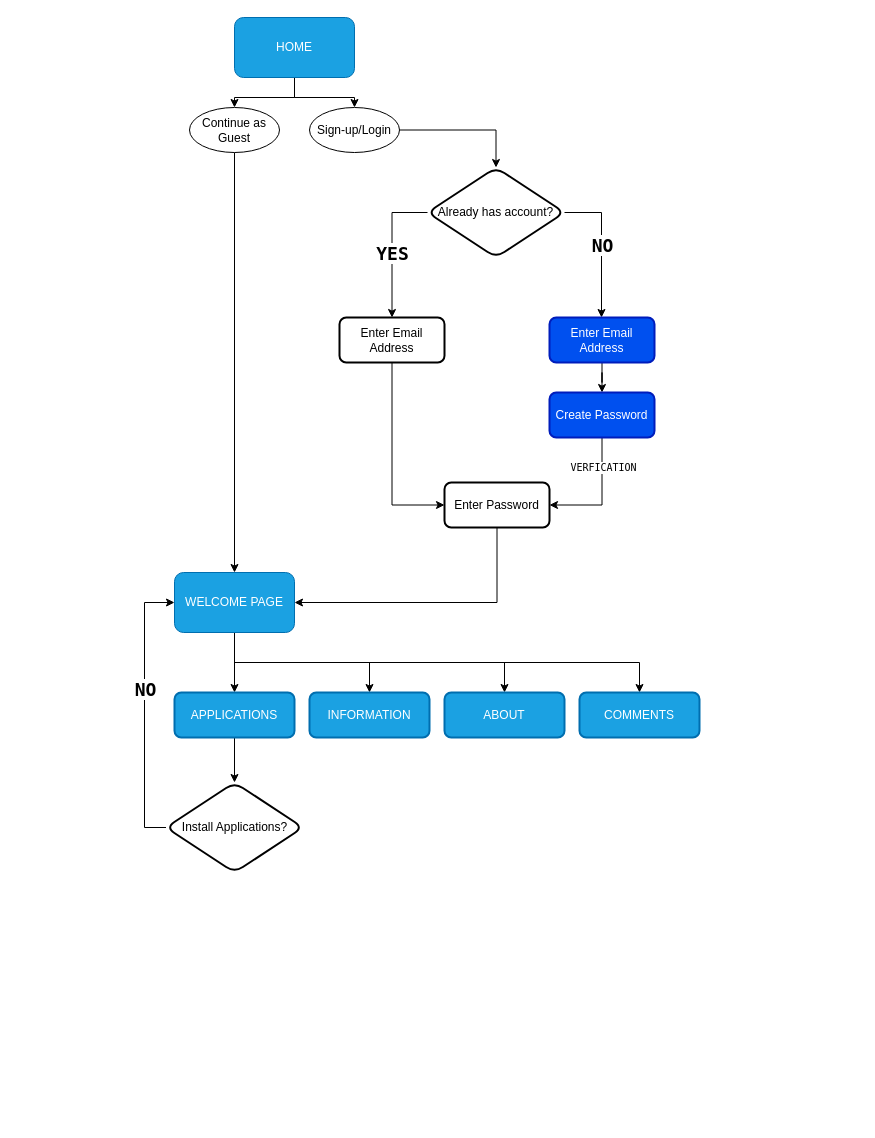
Earlier version of the draw.io diagram Website.drawio (BorderlineUser/Pusblished-Projects). Source tidied: cells renumbered, new cells numbered last; positions are measured from the earlier drawing's top-left corner, leaving out a move shared by most shapes. Both pictures are drawn from the tidied source at 100%, with x=0, y=0 at pixel (144, 17).
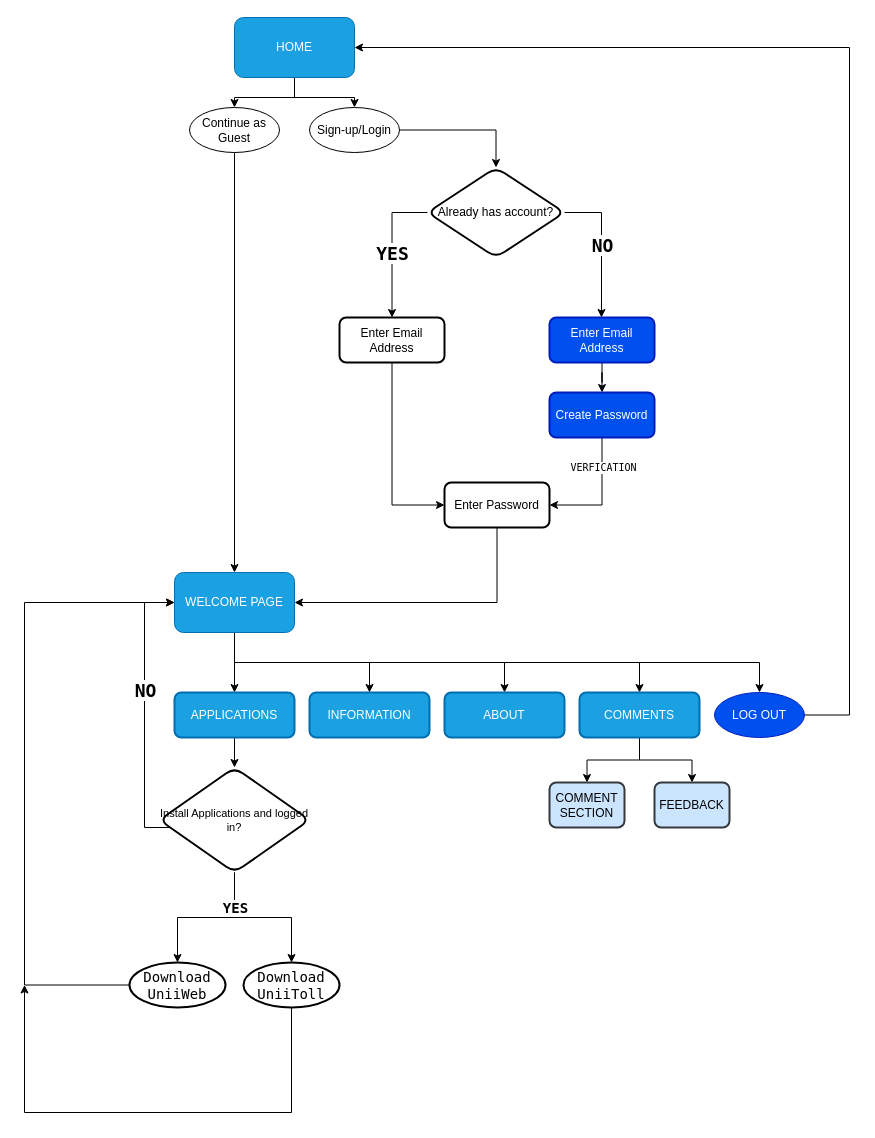
After the change.

Unchanged cells that the change refers to:
```xml
<mxCell id="4" value="HOME" style="rounded=1;whiteSpace=wrap;html=1;fillColor=#1ba1e2;strokeColor=#006EAF;fontColor=#ffffff;" parent="1" vertex="1">
  <mxGeometry x="90" width="120" height="60" as="geometry" />
</mxCell>
<mxCell id="27" value="WELCOME PAGE" style="rounded=1;whiteSpace=wrap;html=1;fillColor=#1ba1e2;strokeColor=#006EAF;fontColor=#ffffff;" parent="1" vertex="1">
  <mxGeometry x="30" y="555" width="120" height="60" as="geometry" />
</mxCell>
<mxCell id="28" value="COMMENTS" style="rounded=1;whiteSpace=wrap;html=1;fillColor=#1ba1e2;strokeColor=#006EAF;fontColor=#ffffff;strokeWidth=2;" parent="1" vertex="1">
  <mxGeometry x="435" y="675" width="120" height="45" as="geometry" />
</mxCell>
```

Change to the diagram source:
```diff
@@
+    <mxCell id="36" style="edgeStyle=orthogonalEdgeStyle;rounded=0;jettySize=auto;html=1;fontFamily=Lucida Console;fontSize=11;" parent="1" edge="1" source="27" target="47">
+      <mxGeometry relative="1" as="geometry">
+        <Array as="points">
+          <mxPoint x="90" y="645" />
+          <mxPoint x="615" y="645" />
+        </Array>
+      </mxGeometry>
+    </mxCell>
@@
+    <mxCell id="37" style="edgeStyle=orthogonalEdgeStyle;rounded=0;jettySize=auto;html=1;fontFamily=Lucida Console;fontSize=11;" parent="1" edge="1" source="28" target="48">
+      <mxGeometry relative="1" as="geometry" />
+    </mxCell>
+    <mxCell id="38" style="edgeStyle=orthogonalEdgeStyle;rounded=0;jettySize=auto;html=1;entryX=0.5;entryY=0;entryDx=0;entryDy=0;fontFamily=Lucida Console;fontSize=11;" parent="1" edge="1" source="28" target="49">
+      <mxGeometry relative="1" as="geometry" />
+    </mxCell>
@@
+    <mxCell id="39" style="edgeStyle=orthogonalEdgeStyle;rounded=0;jettySize=auto;html=1;fontFamily=Lucida Console;fontSize=14;" parent="1" edge="1" source="35" target="43">
+      <mxGeometry relative="1" as="geometry" />
+    </mxCell>
+    <mxCell id="40" style="edgeStyle=orthogonalEdgeStyle;rounded=0;jettySize=auto;html=1;fontFamily=Lucida Console;fontSize=14;" parent="1" edge="1" source="35" target="45">
+      <mxGeometry relative="1" as="geometry" />
+    </mxCell>
+    <mxCell id="41" value="YES" style="edgeLabel;html=1;align=center;verticalAlign=middle;fontSize=14;fontFamily=Lucida Console;fontStyle=1;" parent="40" vertex="1">
+      <mxGeometry x="-0.53" relative="1" as="geometry" />
+    </mxCell>
-    <mxCell id="35" value="Install Applications?" style="rhombus;whiteSpace=wrap;html=1;rounded=1;shadow=0;glass=0;sketch=0;strokeColor=#000000;strokeWidth=2;gradientColor=none;" parent="1" vertex="1">
-      <mxGeometry x="21.5" y="765" width="137" height="90" as="geometry" />
+    <mxCell id="35" value="Install Applications and logged in?" style="rhombus;whiteSpace=wrap;html=1;rounded=1;shadow=0;glass=0;sketch=0;strokeColor=#000000;strokeWidth=2;gradientColor=none;fontSize=11;" parent="1" vertex="1">
+      <mxGeometry x="15" y="750" width="150" height="105" as="geometry" />
     </mxCell>
+    <mxCell id="42" style="edgeStyle=orthogonalEdgeStyle;rounded=0;jettySize=auto;html=1;fontFamily=Lucida Console;fontSize=14;entryX=0;entryY=0.5;entryDx=0;entryDy=0;" parent="1" edge="1" source="43" target="27">
+      <mxGeometry relative="1" as="geometry">
+        <Array as="points">
+          <mxPoint x="-120" y="968" />
+          <mxPoint x="-120" y="585" />
+        </Array>
+      </mxGeometry>
+    </mxCell>
+    <mxCell id="43" value="Download UniiWeb" style="ellipse;whiteSpace=wrap;html=1;rounded=1;shadow=0;glass=0;sketch=0;fontFamily=Lucida Console;fontSize=14;strokeColor=#000000;strokeWidth=2;gradientColor=none;" parent="1" vertex="1">
+      <mxGeometry x="-15" y="945" width="96" height="45" as="geometry" />
+    </mxCell>
+    <mxCell id="44" style="edgeStyle=orthogonalEdgeStyle;rounded=0;jettySize=auto;html=1;fontFamily=Lucida Console;fontSize=14;" parent="1" edge="1" source="45">
+      <mxGeometry relative="1" as="geometry">
+        <mxPoint x="-120" y="967.5" as="targetPoint" />
+        <Array as="points">
+          <mxPoint x="147" y="1095" />
+          <mxPoint x="-120" y="1095" />
+        </Array>
+      </mxGeometry>
+    </mxCell>
+    <mxCell id="45" value="Download UniiToll" style="ellipse;whiteSpace=wrap;html=1;rounded=1;shadow=0;glass=0;sketch=0;fontFamily=Lucida Console;fontSize=14;strokeColor=#000000;strokeWidth=2;gradientColor=none;" parent="1" vertex="1">
+      <mxGeometry x="99" y="945" width="96" height="45" as="geometry" />
+    </mxCell>
+    <mxCell id="46" style="edgeStyle=orthogonalEdgeStyle;rounded=0;jettySize=auto;html=1;fontFamily=Lucida Console;fontSize=11;entryX=1;entryY=0.5;entryDx=0;entryDy=0;" parent="1" edge="1" source="47" target="4">
+      <mxGeometry relative="1" as="geometry">
+        <Array as="points">
+          <mxPoint x="705" y="698" />
+          <mxPoint x="705" y="30" />
+        </Array>
+      </mxGeometry>
+    </mxCell>
+    <mxCell id="47" value="LOG OUT" style="ellipse;whiteSpace=wrap;html=1;rounded=1;shadow=0;glass=0;sketch=0;strokeWidth=1;fillColor=#0050ef;fontColor=#ffffff;strokeColor=#001DBC;" parent="1" vertex="1">
+      <mxGeometry x="570" y="675" width="90" height="45" as="geometry" />
+    </mxCell>
+    <mxCell id="48" value="COMMENT SECTION" style="rounded=1;whiteSpace=wrap;html=1;fillColor=#cce5ff;strokeColor=#36393d;strokeWidth=2;" parent="1" vertex="1">
+      <mxGeometry x="405" y="765" width="75" height="45" as="geometry" />
+    </mxCell>
+    <mxCell id="49" value="FEEDBACK" style="rounded=1;whiteSpace=wrap;html=1;fillColor=#cce5ff;strokeColor=#36393d;strokeWidth=2;" parent="1" vertex="1">
+      <mxGeometry x="510" y="765" width="75" height="45" as="geometry" />
+    </mxCell>
```
